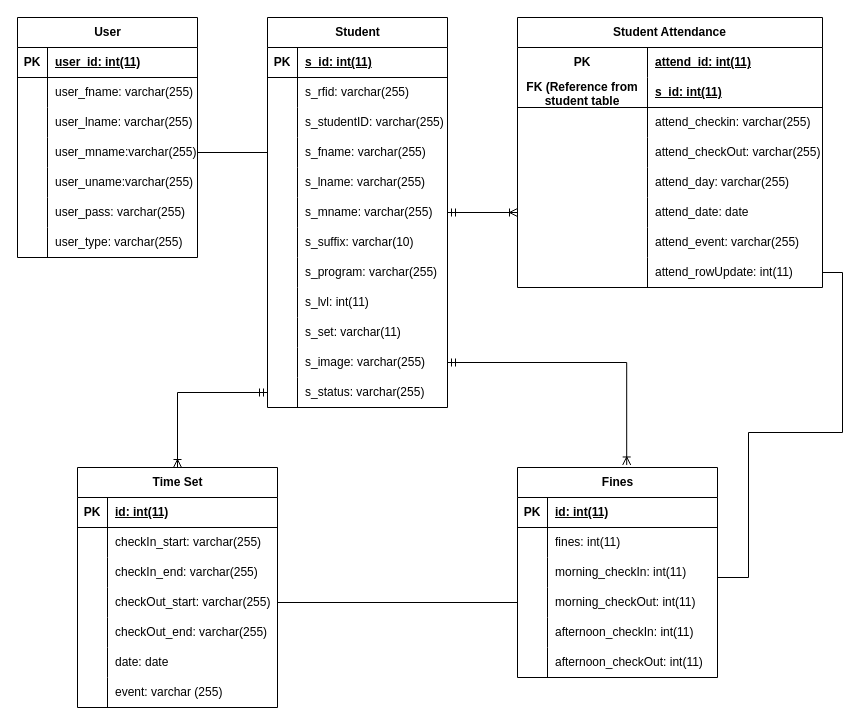
The draw.io diagram Attendance_System_ERD.drawio in panzerweb/database_repo, before the edit. Source tidied: cells renumbered, new cells numbered last; positions are measured from the earlier drawing's top-left corner, leaving out a move shared by most shapes. Both pictures are drawn from the tidied source at 100%, with x=0, y=0 at pixel (17, 17).
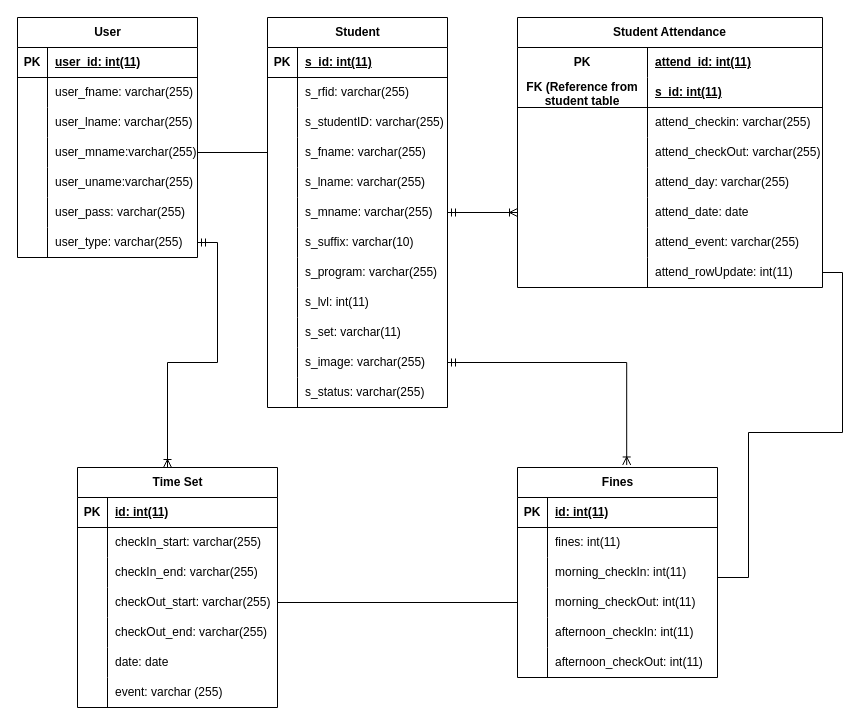
Above is the later version.

Unchanged cells that the change refers to:
```xml
<mxCell id="21" style="shape=tableRow;horizontal=0;startSize=0;swimlaneHead=0;swimlaneBody=0;fillColor=none;points=[[0,0.5],[1,0.5]];portConstraint=eastwest;top=0;left=0;right=0;bottom=0;" parent="2" vertex="1">
  <mxGeometry y="210" width="180" height="30" as="geometry" />
</mxCell>
<mxCell id="59" style="shape=tableRow;horizontal=0;startSize=0;swimlaneHead=0;swimlaneBody=0;fillColor=none;points=[[0,0.5],[1,0.5]];portConstraint=eastwest;top=0;left=0;right=0;bottom=0;" parent="25" vertex="1">
  <mxGeometry y="360" width="180" height="30" as="geometry" />
</mxCell>
<mxCell id="87" value="Time Set" style="shape=table;startSize=30;childLayout=tableLayout;rowLines=0;fontStyle=1;align=center;html=1;" parent="1" vertex="1">
  <mxGeometry x="60" y="450" width="200" height="240" as="geometry" />
</mxCell>
```

Diff of the diagram source:
```diff
@@
-    <mxCell id="131" style="edgeStyle=orthogonalEdgeStyle;rounded=0;jettySize=auto;html=1;endArrow=ERoneToMany;endFill=0;startArrow=ERmandOne;startFill=0;" parent="1" edge="1" source="59" target="87">
-      <mxGeometry relative="1" as="geometry" />
-    </mxCell>
@@
+    <mxCell id="133" style="edgeStyle=orthogonalEdgeStyle;rounded=0;jettySize=auto;html=1;entryX=0.45;entryY=0;entryDx=0;entryDy=0;entryPerimeter=0;endArrow=ERoneToMany;endFill=0;startArrow=ERmandOne;startFill=0;" parent="1" edge="1" source="21" target="87">
+      <mxGeometry relative="1" as="geometry" />
+    </mxCell>
```
